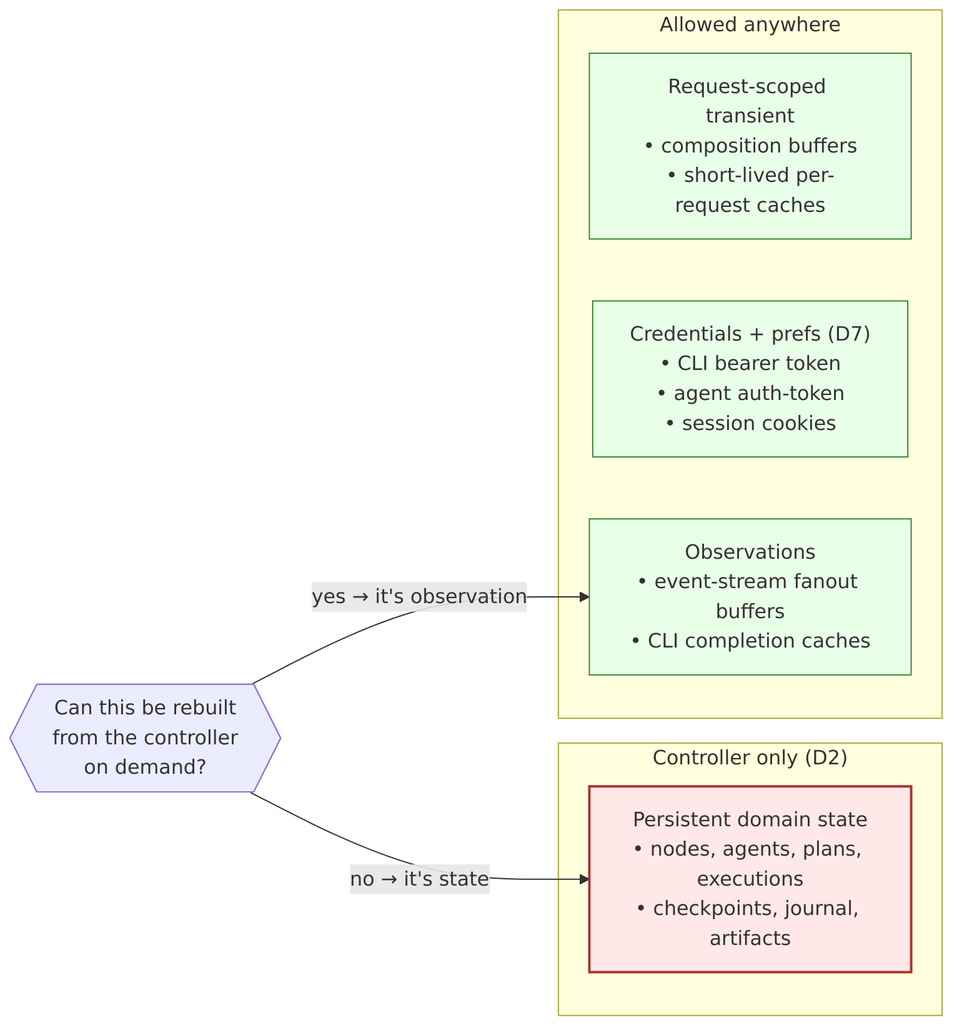
The Mermaid diagram docs/design/diagrams/SRD-0100/state-classification.png in nosqlbench/hyperplane-rs, before a commit. Its source is kept beside it as docs/design/diagrams/SRD-0100/state-classification.mmd.
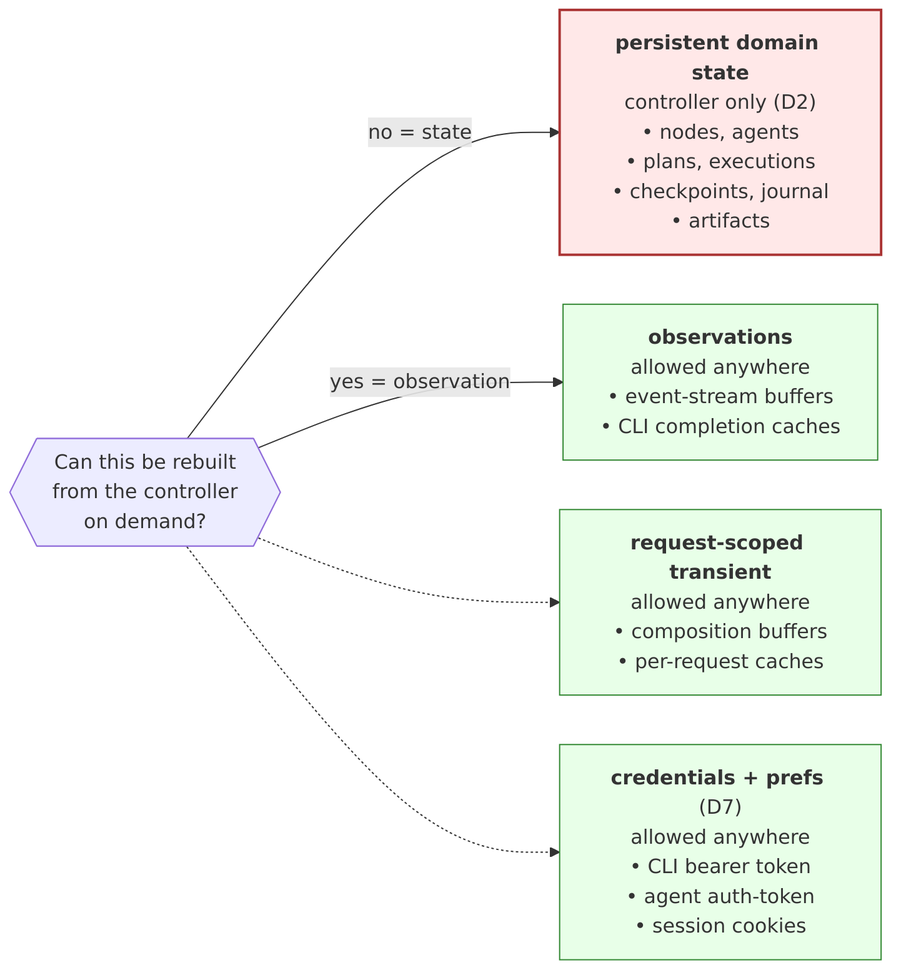
The same diagram one commit later.

Diff of the diagram source:
```diff
@@ -1,18 +1,19 @@
+%%{init: {'flowchart': {'nodeSpacing': 40, 'rankSpacing': 80}}}%%
 flowchart LR
     Q{{"Can this be rebuilt<br/>from the controller<br/>on demand?"}}
 
-    subgraph CtrlOnly ["Controller only (D2)"]
-        State["Persistent domain state<br/>• nodes, agents, plans, executions<br/>• checkpoints, journal, artifacts"]
-    end
+    State["<b>persistent domain state</b><br/>controller only (D2)<br/>• nodes, agents<br/>• plans, executions<br/>• checkpoints, journal<br/>• artifacts"]
 
-    subgraph Anywhere ["Allowed anywhere"]
-        Transient["Request-scoped transient<br/>• composition buffers<br/>• short-lived per-request caches"]
-        Creds["Credentials + prefs (D7)<br/>• CLI bearer token<br/>• agent auth-token<br/>• session cookies"]
-        Obs["Observations<br/>• event-stream fanout buffers<br/>• CLI completion caches"]
-    end
+    Transient["<b>request-scoped transient</b><br/>allowed anywhere<br/>• composition buffers<br/>• per-request caches"]
 
-    Q -- "no → it's state" --> State
-    Q -- "yes → it's observation" --> Obs
+    Creds["<b>credentials + prefs</b> (D7)<br/>allowed anywhere<br/>• CLI bearer token<br/>• agent auth-token<br/>• session cookies"]
+
+    Obs["<b>observations</b><br/>allowed anywhere<br/>• event-stream buffers<br/>• CLI completion caches"]
+
+    Q -- "no = state" --> State
+    Q -- "yes = observation" --> Obs
+    Q -.-> Transient
+    Q -.-> Creds
 
     classDef ctrl fill:#ffe8e8,stroke:#aa3333,stroke-width:2px
     classDef ok fill:#e8ffe8,stroke:#338833
```
